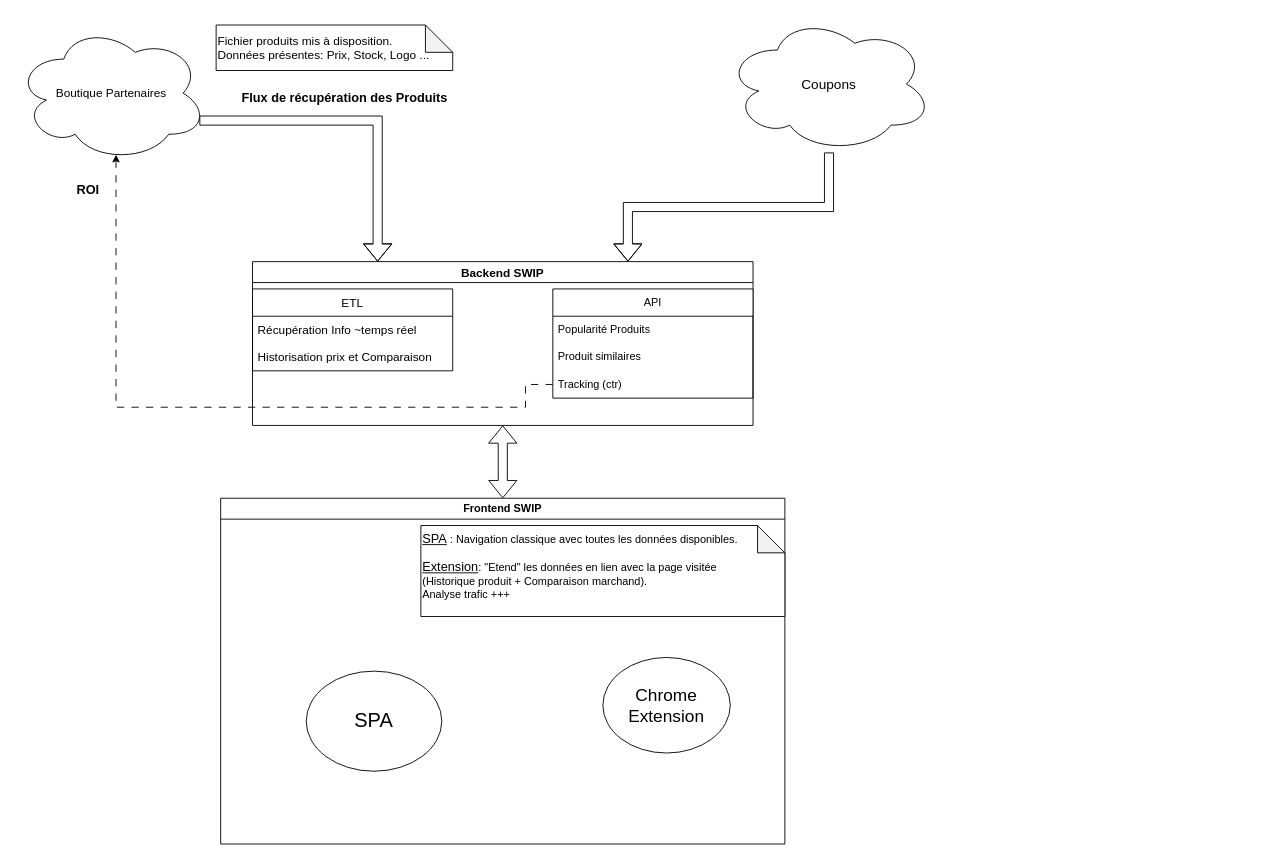
Above: SWIP.drawio in backyboy/diagrams (draw.io), before the change. Source tidied: cells renumbered, new cells numbered last; positions are measured from the earlier drawing's top-left corner, leaving out a move shared by most shapes. Both pictures are drawn from the tidied source at 91%, with x=0, y=0 at pixel (15, 15).
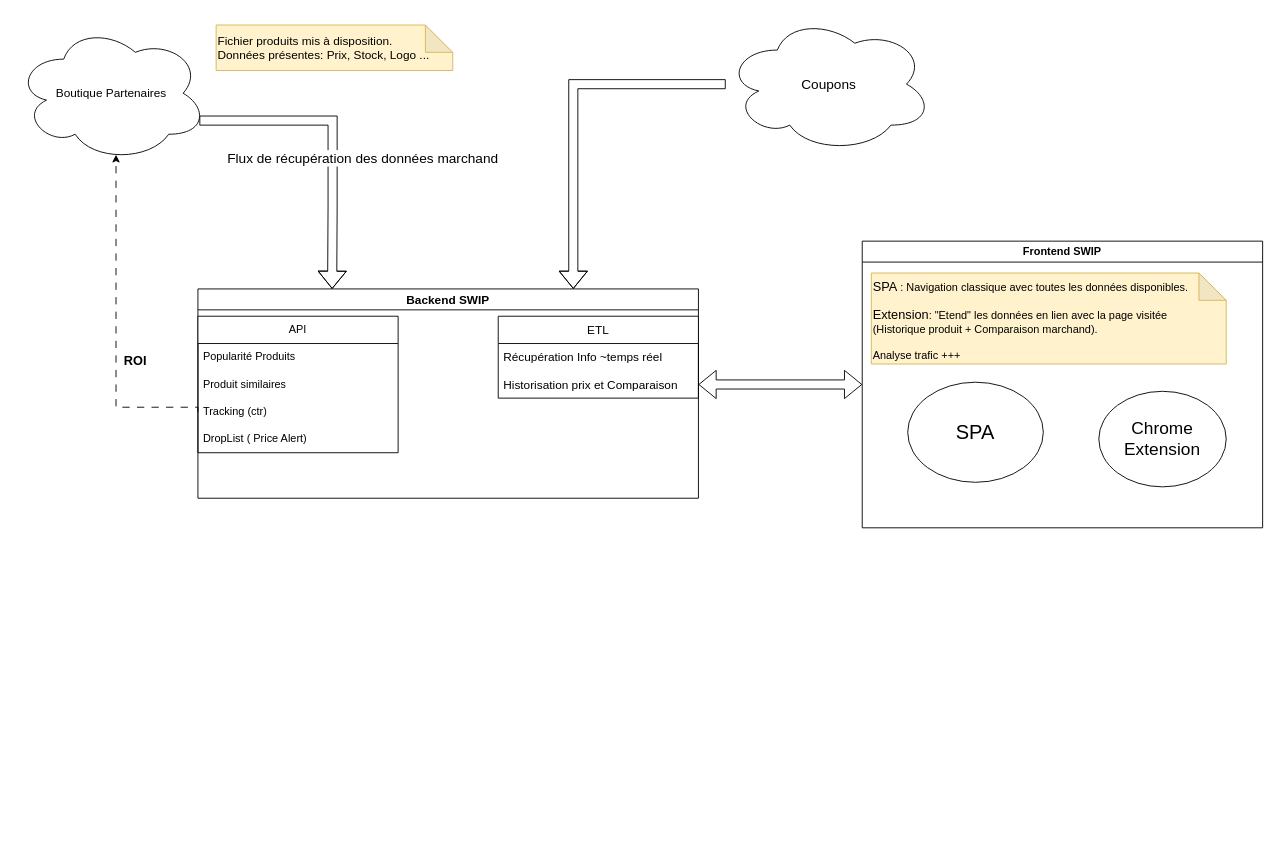
Above is the later version.

Commit message:
Mettre à jour SWIP.drawio

The change refers to these unchanged cells:
```xml
<mxCell id="4" value="Boutique Partenaires" style="ellipse;shape=cloud;whiteSpace=wrap;html=1;fontSize=13;" parent="1" vertex="1">
  <mxGeometry y="10" width="210" height="150" as="geometry" />
</mxCell>
<mxCell id="9" value="Historisation prix et Comparaison" style="text;strokeColor=none;fillColor=none;align=left;verticalAlign=middle;spacingLeft=4;spacingRight=4;overflow=hidden;points=[[0,0.5],[1,0.5]];portConstraint=eastwest;whiteSpace=wrap;html=1;fontSize=13;" parent="7" vertex="1">
  <mxGeometry y="60" width="220" height="30" as="geometry" />
</mxCell>
<mxCell id="13" value="Tracking (ctr)" style="text;strokeColor=none;fillColor=none;align=left;verticalAlign=middle;spacingLeft=4;spacingRight=4;overflow=hidden;points=[[0,0.5],[1,0.5]];portConstraint=eastwest;whiteSpace=wrap;html=1;" parent="10" vertex="1">
  <mxGeometry y="90" width="220" height="30" as="geometry" />
</mxCell>
```

Diff of the diagram source:
```diff
@@
-    <mxCell id="2" style="edgeStyle=orthogonalEdgeStyle;rounded=0;jettySize=auto;html=1;shape=flexArrow;entryX=0.25;entryY=0;entryDx=0;entryDy=0;fontSize=13;exitX=0.96;exitY=0.7;exitDx=0;exitDy=0;exitPerimeter=0;" parent="1" edge="1" source="4" target="6">
-      <mxGeometry relative="1" as="geometry" />
-    </mxCell>
-    <mxCell id="3" value="Flux de récupération des Produits" style="edgeLabel;html=1;align=center;verticalAlign=middle;fontSize=14;fontStyle=1;" parent="2" vertex="1">
-      <mxGeometry x="0.38" y="1" relative="1" as="geometry">
-        <mxPoint x="-38" y="-72" as="offset" />
-      </mxGeometry>
-    </mxCell>
+    <mxCell id="23" style="edgeStyle=orthogonalEdgeStyle;rounded=0;jettySize=auto;html=1;entryX=0.25;entryY=0;entryDx=0;entryDy=0;exitX=0.96;exitY=0.7;exitDx=0;exitDy=0;exitPerimeter=0;shape=flexArrow;" parent="1" edge="1" source="4">
+      <mxGeometry relative="1" as="geometry">
+        <mxPoint x="347.5" y="300" as="targetPoint" />
+        <Array as="points">
+          <mxPoint x="348" y="115" />
+          <mxPoint x="348" y="210" />
+        </Array>
+      </mxGeometry>
+    </mxCell>
+    <mxCell id="24" value="Flux de récupération des données marchand" style="edgeLabel;html=1;align=center;verticalAlign=middle;fontSize=15;" parent="23" vertex="1">
+      <mxGeometry x="0.41" y="3" relative="1" as="geometry">
+        <mxPoint x="29" y="-47" as="offset" />
+      </mxGeometry>
+    </mxCell>
@@
-    <mxCell id="5" value="Fichier produits mis à disposition.&lt;br style=&quot;font-size: 13px;&quot;&gt;Données présentes: Prix, Stock, Logo ..." style="shape=note;whiteSpace=wrap;html=1;backgroundOutline=1;darkOpacity=0.05;align=left;fontSize=13;" parent="1" vertex="1">
+    <mxCell id="5" value="Fichier produits mis à disposition.&lt;br style=&quot;font-size: 13px;&quot;&gt;Données présentes: Prix, Stock, Logo ..." style="shape=note;whiteSpace=wrap;html=1;backgroundOutline=1;darkOpacity=0.05;align=left;fontSize=13;fillColor=#fff2cc;strokeColor=#d6b656;" parent="1" vertex="1">
       <mxGeometry x="220" y="10" width="260" height="50" as="geometry" />
     </mxCell>
     <mxCell id="6" value="Backend SWIP" style="swimlane;whiteSpace=wrap;html=1;fontSize=13;" parent="1" vertex="1">
-      <mxGeometry x="260" y="270" width="550" height="180" as="geometry" />
+      <mxGeometry x="200" y="300" width="550" height="230" as="geometry" />
     </mxCell>
     <mxCell id="7" value="ETL" style="swimlane;fontStyle=0;horizontal=1;startSize=30;whiteSpace=wrap;html=1;fontSize=13;" parent="6" vertex="1">
-      <mxGeometry y="30" width="220" height="90" as="geometry" />
+      <mxGeometry x="330" y="30" width="220" height="90" as="geometry" />
     </mxCell>
@@
     <mxCell id="10" value="API" style="swimlane;fontStyle=0;horizontal=1;startSize=30;whiteSpace=wrap;html=1;" parent="6" vertex="1">
-      <mxGeometry x="330" y="30" width="220" height="120" as="geometry" />
+      <mxGeometry y="30" width="220" height="150" as="geometry" />
     </mxCell>
@@
+    <mxCell id="25" value="DropList ( Price Alert)&amp;nbsp;" style="text;strokeColor=none;fillColor=none;align=left;verticalAlign=middle;spacingLeft=4;spacingRight=4;overflow=hidden;whiteSpace=wrap;html=1;" parent="10" vertex="1">
+      <mxGeometry y="120" width="220" height="30" as="geometry" />
+    </mxCell>
     <mxCell id="14" style="edgeStyle=orthogonalEdgeStyle;rounded=0;jettySize=auto;html=1;entryX=0.55;entryY=0.95;entryDx=0;entryDy=0;entryPerimeter=0;dashed=1;dashPattern=8 8;fontSize=13;exitX=0;exitY=0.5;exitDx=0;exitDy=0;" parent="1" edge="1" source="13">
       <mxGeometry relative="1" as="geometry">
         <mxPoint x="110" y="152.5" as="targetPoint" />
         <Array as="points">
-          <mxPoint x="560" y="405" />
-          <mxPoint x="560" y="430" />
+          <mxPoint x="200" y="430" />
           <mxPoint x="110" y="430" />
         </Array>
       </mxGeometry>
     </mxCell>
     <mxCell id="15" value="ROI" style="edgeLabel;html=1;align=center;verticalAlign=middle;fontStyle=1;fontSize=14;" parent="14" vertex="1">
       <mxGeometry x="0.24" y="-3" relative="1" as="geometry">
-        <mxPoint x="-52" y="-237" as="offset" />
+        <mxPoint x="17" y="84" as="offset" />
       </mxGeometry>
     </mxCell>
-    <mxCell id="16" style="rounded=0;jettySize=auto;html=1;entryX=0.5;entryY=1;entryDx=0;entryDy=0;shape=flexArrow;endArrow=block;endFill=0;startArrow=block;" parent="1" edge="1" source="17" target="6">
+    <mxCell id="16" style="rounded=0;jettySize=auto;html=1;shape=flexArrow;endArrow=block;endFill=0;startArrow=block;entryX=1;entryY=0.5;entryDx=0;entryDy=0;" parent="1" edge="1" source="17" target="9">
       <mxGeometry relative="1" as="geometry" />
     </mxCell>
     <mxCell id="17" value="Frontend SWIP" style="swimlane;whiteSpace=wrap;html=1;" parent="1" vertex="1">
-      <mxGeometry x="225" y="530" width="620" height="380" as="geometry" />
+      <mxGeometry x="930" y="247.5" width="440" height="315" as="geometry" />
     </mxCell>
     <mxCell id="18" value="SPA" style="ellipse;whiteSpace=wrap;html=1;fontSize=22;" parent="17" vertex="1">
-      <mxGeometry x="94" y="190" width="149" height="110" as="geometry" />
+      <mxGeometry x="50" y="155" width="149" height="110" as="geometry" />
     </mxCell>
     <mxCell id="19" value="Chrome Extension" style="ellipse;whiteSpace=wrap;html=1;fontSize=19;" parent="17" vertex="1">
-      <mxGeometry x="420" y="175" width="140" height="105" as="geometry" />
+      <mxGeometry x="260" y="165" width="140" height="105" as="geometry" />
     </mxCell>
-    <mxCell id="20" value="&lt;u&gt;&lt;font style=&quot;font-size: 14px;&quot;&gt;SPA&lt;/font&gt;&lt;/u&gt; : Navigation classique avec toutes les données disponibles.&lt;br&gt;&lt;br&gt;&lt;u&gt;&lt;font style=&quot;font-size: 14px;&quot;&gt;Extension&lt;/font&gt;&lt;/u&gt;: &quot;Etend&quot; les données en lien avec la page visitée &lt;br&gt;&lt;div style=&quot;text-align: justify;&quot;&gt;&lt;span style=&quot;background-color: initial;&quot;&gt;(Historique produit + Comparaison marchand).&lt;/span&gt;&lt;/div&gt;Analyse trafic +++" style="shape=note;whiteSpace=wrap;html=1;backgroundOutline=1;darkOpacity=0.05;verticalAlign=top;spacingLeft=0;align=left;spacingRight=-32;" parent="17" vertex="1">
-      <mxGeometry x="220" y="30" width="400" height="100" as="geometry" />
+    <mxCell id="20" value="&lt;font style=&quot;font-size: 14px;&quot;&gt;SPA&lt;/font&gt; : Navigation classique avec toutes les données disponibles.&lt;br&gt;&lt;br&gt;&lt;font style=&quot;font-size: 14px;&quot;&gt;Extension&lt;/font&gt;: &quot;Etend&quot; les données en lien avec la page visitée &lt;br&gt;&lt;div style=&quot;text-align: justify;&quot;&gt;&lt;span style=&quot;background-color: initial;&quot;&gt;(Historique produit + Comparaison marchand).&lt;/span&gt;&lt;/div&gt;&lt;br&gt;Analyse trafic +++" style="shape=note;whiteSpace=wrap;html=1;backgroundOutline=1;darkOpacity=0.05;verticalAlign=top;spacingLeft=0;align=left;spacingRight=-32;fillColor=#fff2cc;strokeColor=#d6b656;" parent="17" vertex="1">
+      <mxGeometry x="10" y="35" width="390" height="100" as="geometry" />
     </mxCell>
```
